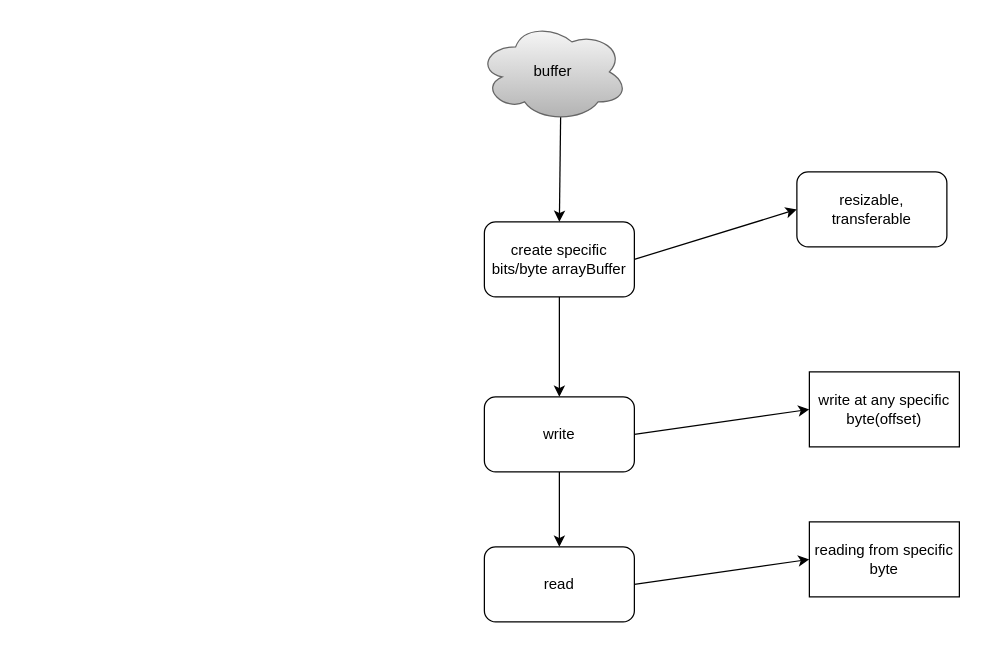
Before: Other-Concepts/realTimeEvents/buffer.dio in knkrn5/Programming-Concepts, a draw.io diagram. Source tidied: cells renumbered, new cells numbered last; positions are measured from the earlier drawing's top-left corner, leaving out a move shared by most shapes. Both pictures are drawn from the tidied source at 125%, with x=0, y=0 at pixel (478, 21).
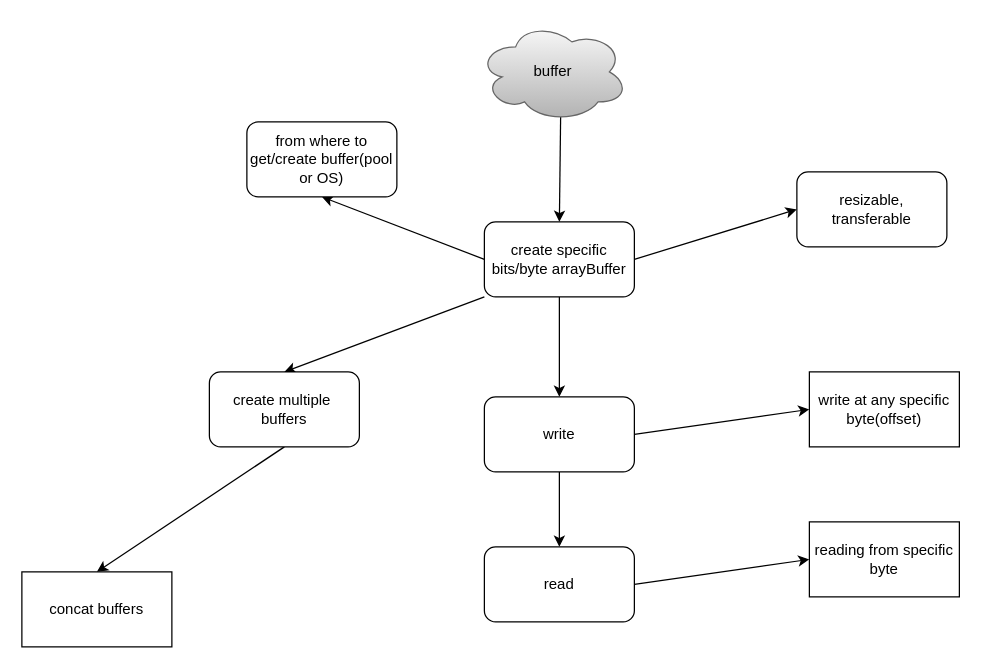
The same page after the edit.

The change refers to these unchanged cells:
```xml
<mxCell id="6" value="create specific bits/byte arrayBuffer" style="rounded=1;whiteSpace=wrap;html=1;" parent="1" vertex="1">
  <mxGeometry x="5" y="160" width="120" height="60" as="geometry" />
</mxCell>
```

The edit, as a diff of the source:
```diff
@@
+    <mxCell id="15" style="edgeStyle=none;html=1;exitX=0;exitY=0.5;exitDx=0;exitDy=0;entryX=0.5;entryY=1;entryDx=0;entryDy=0;" parent="1" edge="1" source="6" target="17">
+      <mxGeometry relative="1" as="geometry" />
+    </mxCell>
+    <mxCell id="16" style="edgeStyle=none;html=1;exitX=0;exitY=1;exitDx=0;exitDy=0;entryX=0.5;entryY=0;entryDx=0;entryDy=0;" parent="1" edge="1" source="6" target="19">
+      <mxGeometry relative="1" as="geometry" />
+    </mxCell>
@@
+    <mxCell id="17" value="from where to get/create buffer(pool or OS)" style="rounded=1;whiteSpace=wrap;html=1;" parent="1" vertex="1">
+      <mxGeometry x="-185" y="80" width="120" height="60" as="geometry" />
+    </mxCell>
+    <mxCell id="18" style="edgeStyle=none;html=1;exitX=0.5;exitY=1;exitDx=0;exitDy=0;entryX=0.5;entryY=0;entryDx=0;entryDy=0;" parent="1" edge="1" source="19" target="20">
+      <mxGeometry relative="1" as="geometry" />
+    </mxCell>
+    <mxCell id="19" value="create multiple&amp;nbsp;&lt;div&gt;buffers&lt;/div&gt;" style="rounded=1;whiteSpace=wrap;html=1;" parent="1" vertex="1">
+      <mxGeometry x="-215" y="280" width="120" height="60" as="geometry" />
+    </mxCell>
+    <mxCell id="20" value="concat buffers" style="whiteSpace=wrap;html=1;" parent="1" vertex="1">
+      <mxGeometry x="-365" y="440" width="120" height="60" as="geometry" />
+    </mxCell>
```
